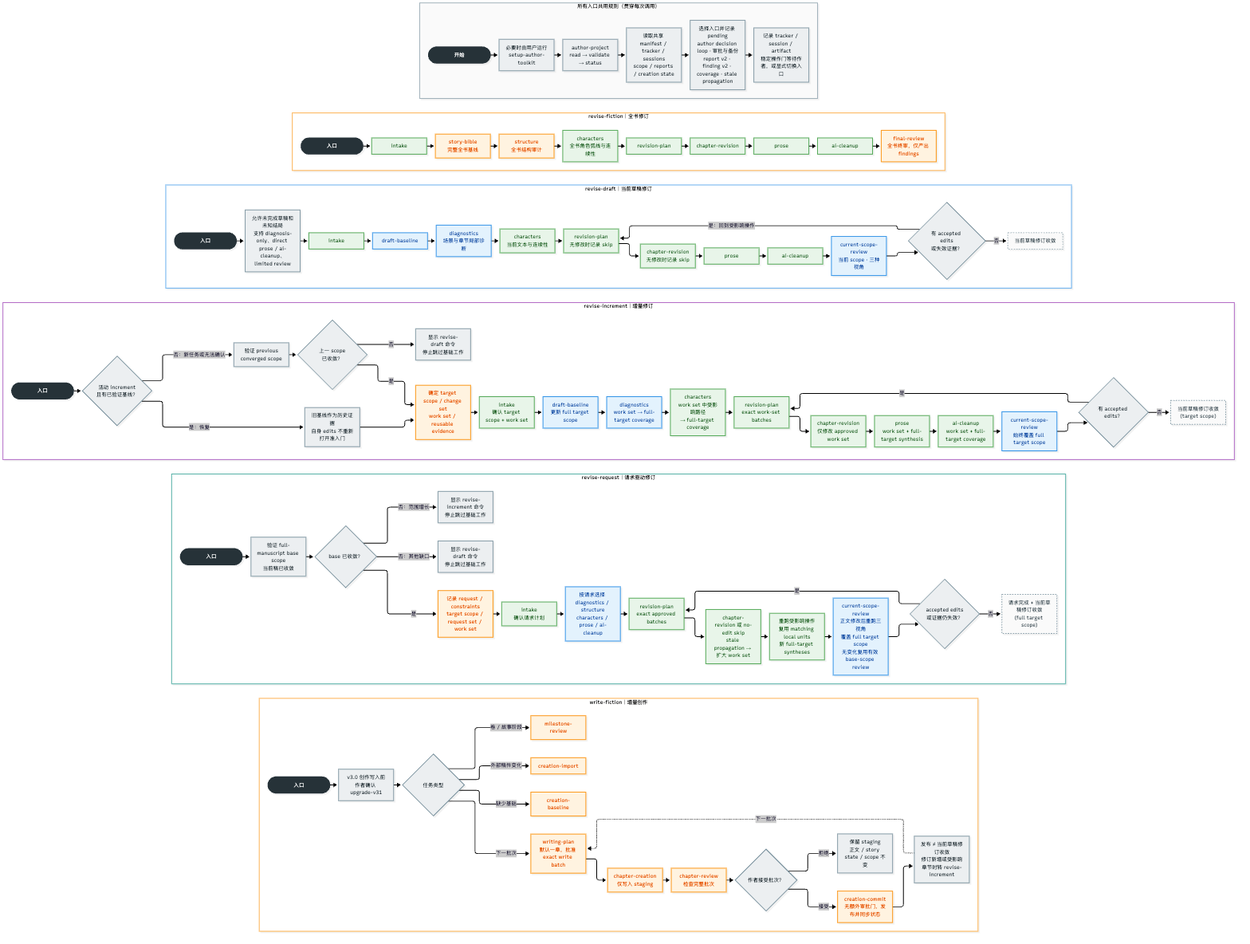
Above: docs/five-entry-flows.png in shengchen1998/author-toolkit (Mermaid), before the change. Its source is kept beside it as docs/five-entry-flows.mmd.
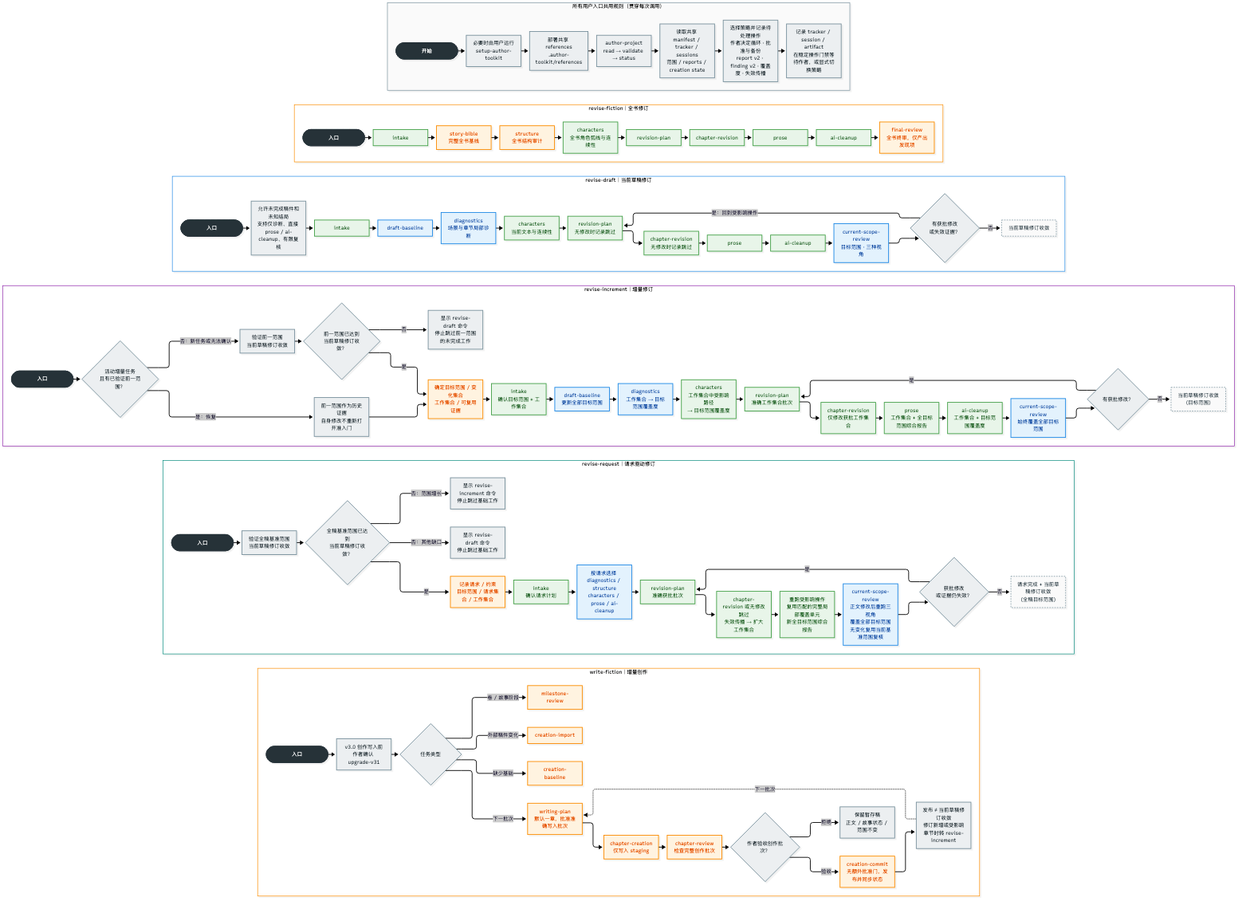
After the commit.

Diff of the diagram source:
```diff
@@ -1,11 +1,12 @@
 flowchart TD
-  subgraph COMMON["所有入口共用规则（贯穿每次调用）"]
+  subgraph COMMON["所有用户入口共用规则（贯穿每次调用）"]
     direction LR
     START([开始]) --> SETUP["必要时由用户运行<br/>setup-author-toolkit"]
-    SETUP --> READ["author-project<br/>read → validate → status"]
-    READ --> STATE["读取共享 manifest / tracker / sessions<br/>scope / reports / creation state"]
-    STATE --> GATES["选择入口并记录 pending<br/>author decision loop · 审批与备份<br/>report v2 · finding v2 · coverage · stale propagation"]
-    GATES --> WAIT["记录 tracker / session / artifact<br/>稳定操作门等待作者，或显式切换入口"]
+    SETUP --> REFS["部署共享 references<br/>.author-toolkit/references"]
+    REFS --> READ["author-project<br/>read → validate → status"]
+    READ --> STATE["读取共享 manifest / tracker / sessions<br/>范围 / reports / creation state"]
+    STATE --> GATES["选择策略并记录待处理操作<br/>作者决定循环 · 批准与备份<br/>report v2 · finding v2 · 覆盖度 · 失效传播"]
+    GATES --> WAIT["记录 tracker / session / artifact<br/>在稳定操作门禁等待作者，或显式切换策略"]
   end
 
   subgraph RF["revise-fiction｜全书修订"]
@@ -18,65 +19,65 @@
     RF5 --> RF6["chapter-revision"]
     RF6 --> RF7["prose"]
     RF7 --> RF8["ai-cleanup"]
-    RF8 --> RF9["final-review<br/>全书终审，仅产出 findings"]
+    RF8 --> RF9["final-review<br/>全书终审，仅产出发现项"]
   end
 
   subgraph RD["revise-draft｜当前草稿修订"]
     direction LR
-    RD0([入口]) --> RDN["允许未完成草稿和未知结局<br/>支持 diagnosis-only、direct prose / ai-cleanup、limited review"]
+    RD0([入口]) --> RDN["允许未完成稿件和未知结局<br/>支持仅诊断、直接 prose / ai-cleanup、有限复核"]
     RDN --> RD1["intake"]
     RD1 --> RD2["draft-baseline"]
     RD2 --> RD3["diagnostics<br/>场景与章节局部诊断"]
     RD3 --> RD4["characters<br/>当前文本与连续性"]
-    RD4 --> RD5["revision-plan<br/>无修改时记录 skip"]
-    RD5 --> RD6["chapter-revision<br/>无修改时记录 skip"]
+    RD4 --> RD5["revision-plan<br/>无修改时记录跳过"]
+    RD5 --> RD6["chapter-revision<br/>无修改时记录跳过"]
     RD6 --> RD7["prose"]
     RD7 --> RD8["ai-cleanup"]
-    RD8 --> RD9["current-scope-review<br/>当前 scope · 三种视角"]
-    RD9 --> RDC{"有 accepted edits<br/>或失效证据？"}
+    RD8 --> RD9["current-scope-review<br/>目标范围 · 三种视角"]
+    RD9 --> RDC{"有获批修改<br/>或失效证据？"}
     RDC -->|是：回到受影响操作| RD5
     RDC -->|否| RDDONE["当前草稿修订收敛"]
   end
 
   subgraph RI["revise-increment｜增量修订"]
     direction LR
-    RI0([入口]) --> RISTATE{"活动 increment<br/>且有已验证基线？"}
-    RISTATE -->|是：恢复| RIRESUME["旧基线作为历史证据<br/>自身 edits 不重新打开准入门"]
+    RI0([入口]) --> RISTATE{"活动增量任务<br/>且有已验证前一范围？"}
+    RISTATE -->|是：恢复| RIRESUME["前一范围作为历史证据<br/>自身修改不重新打开准入门"]
     RIRESUME --> RI1
-    RISTATE -->|否：新任务或无法确认| RIV["验证 previous<br/>converged scope"]
-    RIV --> RIBASE{"上一 scope<br/>已收敛？"}
-    RIBASE -->|否| RISTOP["显示 revise-draft 命令<br/>停止跳过基础工作"]
-    RIBASE -->|是| RI1["确定 target scope / change set<br/>work set / reusable evidence"]
-    RI1 --> RI2["intake<br/>确认 target scope + work set"]
-    RI2 --> RI3["draft-baseline<br/>更新 full target scope"]
-    RI3 --> RI4["diagnostics<br/>work set → full-target coverage"]
-    RI4 --> RI5["characters<br/>work set 中受影响路径<br/>→ full-target coverage"]
-    RI5 --> RI6["revision-plan<br/>exact work-set batches"]
-    RI6 --> RI7["chapter-revision<br/>仅修改 approved work set"]
-    RI7 --> RI8["prose<br/>work set + full-target synthesis"]
-    RI8 --> RI9["ai-cleanup<br/>work set + full-target coverage"]
-    RI9 --> RI10["current-scope-review<br/>始终覆盖 full target scope"]
-    RI10 --> RIC{"有 accepted edits？"}
+    RISTATE -->|否：新任务或无法确认| RIV["验证前一范围<br/>当前草稿修订收敛"]
+    RIV --> RIBASE{"前一范围已达到<br/>当前草稿修订收敛？"}
+    RIBASE -->|否| RISTOP["显示 revise-draft 命令<br/>停止跳过前一范围的未完成工作"]
+    RIBASE -->|是| RI1["确定目标范围 / 变化集合<br/>工作集合 / 可复用证据"]
+    RI1 --> RI2["intake<br/>确认目标范围 + 工作集合"]
+    RI2 --> RI3["draft-baseline<br/>更新全部目标范围"]
+    RI3 --> RI4["diagnostics<br/>工作集合 → 目标范围覆盖度"]
+    RI4 --> RI5["characters<br/>工作集合中受影响路径<br/>→ 目标范围覆盖度"]
+    RI5 --> RI6["revision-plan<br/>准确工作集合批次"]
+    RI6 --> RI7["chapter-revision<br/>仅修改获批工作集合"]
+    RI7 --> RI8["prose<br/>工作集合 + 全目标范围综合报告"]
+    RI8 --> RI9["ai-cleanup<br/>工作集合 + 目标范围覆盖度"]
+    RI9 --> RI10["current-scope-review<br/>始终覆盖全部目标范围"]
+    RI10 --> RIC{"有获批修改？"}
     RIC -->|是| RI6
-    RIC -->|否| RIDONE["当前草稿修订收敛<br/>(target scope)"]
+    RIC -->|否| RIDONE["当前草稿修订收敛<br/>(目标范围)"]
   end
 
   subgraph RR["revise-request｜请求驱动修订"]
     direction LR
-    RR0([入口]) --> RRV["验证 full-manuscript base scope<br/>当前稿已收敛"]
-    RRV --> RRBASE{"base 已收敛？"}
+    RR0([入口]) --> RRV["验证全稿基准范围<br/>当前草稿修订收敛"]
+    RRV --> RRBASE{"全稿基准范围已达到<br/>当前草稿修订收敛？"}
     RRBASE -->|否：范围增长| RRISTOP["显示 revise-increment 命令<br/>停止跳过基础工作"]
     RRBASE -->|否：其他缺口| RRDSTOP["显示 revise-draft 命令<br/>停止跳过基础工作"]
-    RRBASE -->|是| RR1["记录 request / constraints<br/>target scope / request set / work set"]
+    RRBASE -->|是| RR1["记录请求 / 约束<br/>目标范围 / 请求集合 / 工作集合"]
     RR1 --> RR2["intake<br/>确认请求计划"]
     RR2 --> RR3["按请求选择 diagnostics / structure<br/>characters / prose / ai-cleanup"]
-    RR3 --> RR4["revision-plan<br/>exact approved batches"]
-    RR4 --> RR5["chapter-revision 或 no-edit skip<br/>stale propagation → 扩大 work set"]
-    RR5 --> RR6["重跑受影响操作<br/>复用 matching local units<br/>新 full-target syntheses"]
-    RR6 --> RR7["current-scope-review<br/>正文修改后重跑三视角<br/>覆盖 full target scope<br/>无变化复用有效 base-scope review"]
-    RR7 --> RRC{"accepted edits<br/>或证据仍失效？"}
+    RR3 --> RR4["revision-plan<br/>准确获批批次"]
+    RR4 --> RR5["chapter-revision 或无修改跳过<br/>失效传播 → 扩大工作集合"]
+    RR5 --> RR6["重跑受影响操作<br/>复用匹配的完整局部覆盖单元<br/>新全目标范围综合报告"]
+    RR6 --> RR7["current-scope-review<br/>正文修改后重跑三视角<br/>覆盖全部目标范围<br/>无变化复用当前基准范围复核"]
+    RR7 --> RRC{"获批修改<br/>或证据仍失效？"}
     RRC -->|是| RR4
-    RRC -->|否| RRDONE["请求完成 + 当前草稿修订收敛<br/>(full target scope)"]
+    RRC -->|否| RRDONE["请求完成 + 当前草稿修订收敛<br/>(全稿目标范围)"]
   end
 
   subgraph WF["write-fiction｜增量创作"]
@@ -86,12 +87,12 @@
     WFTYPE -->|缺少基础| WF1["creation-baseline"]
     WFTYPE -->|外部稿件变化| WF2["creation-import"]
     WFTYPE -->|卷 / 故事阶段| WF3["milestone-review"]
-    WFTYPE -->|下一批次| WF4["writing-plan<br/>默认一章，批准 exact write batch"]
+    WFTYPE -->|下一批次| WF4["writing-plan<br/>默认一章，批准准确写入批次"]
     WF4 --> WF5["chapter-creation<br/>仅写入 staging"]
-    WF5 --> WF6["chapter-review<br/>检查完整批次"]
-    WF6 --> WFA{"作者接受批次？"}
-    WFA -->|拒绝| WFR["保留 staging<br/>正文 / story state / scope 不变"]
-    WFA -->|接受| WF7["creation-commit<br/>无额外审批门，发布并同步状态"]
+    WF5 --> WF6["chapter-review<br/>检查完整创作批次"]
+    WF6 --> WFA{"作者验收创作批次？"}
+    WFA -->|拒绝| WFR["保留暂存稿<br/>正文 / 故事状态 / 范围不变"]
+    WFA -->|验收| WF7["creation-commit<br/>无额外批准门，发布并同步状态"]
     WF7 --> WF8["发布 ≠ 当前草稿修订收敛<br/>修订新增或受影响章节时转 revise-increment"]
     WF8 -.->|下一批次| WF4
   end
@@ -110,7 +111,7 @@
   classDef note fill:#FAFAFA,stroke:#90A4AE,color:#37474F,stroke-dasharray:4 3;
 
   class START,RF0,RD0,RI0,RR0,WF0 startEnd;
-  class SETUP,READ,STATE,GATES,WAIT,RDN,RISTATE,RIRESUME,RIV,RIBASE,RISTOP,RDC,RIC,RRV,RRBASE,RRISTOP,RRDSTOP,RRC,WFV,WFTYPE,WFA,WFR,WF8 control;
+  class SETUP,REFS,READ,STATE,GATES,WAIT,RDN,RISTATE,RIRESUME,RIV,RIBASE,RISTOP,RDC,RIC,RRV,RRBASE,RRISTOP,RRDSTOP,RRC,WFV,WFTYPE,WFA,WFR,WF8 control;
   class RF1,RF4,RF5,RF6,RF7,RF8,RD1,RD4,RD5,RD6,RD7,RD8,RI2,RI5,RI6,RI7,RI8,RI9,RR2,RR4,RR5,RR6 shared;
   class RD2,RD3,RD9,RI3,RI4,RI10,RR3,RR7 draftShared;
   class RF2,RF3,RF9,RI1,RR1,WF1,WF2,WF3,WF4,WF5,WF6,WF7 unique;
```
